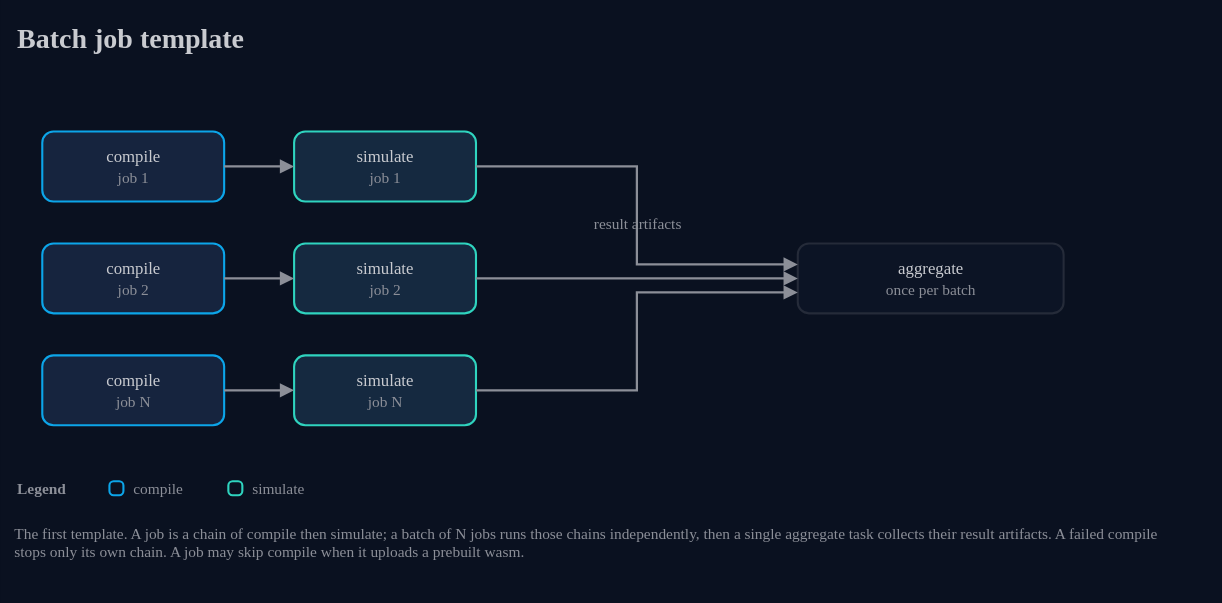
This is docs/architecture/03-batch-job-template.drawio.svg from AndoNorth/wasm-dag-forge, a draw.io export, as it was before one commit. Source tidied: cells renumbered, new cells last; positions are measured from the earlier drawing's top-left corner, leaving out a move shared by most shapes. The source it was exported from:
```xml
<mxGraphModel background="#0a1120">
  <root>
    <mxCell id="0" />
    <mxCell id="1" parent="0" />
    <mxCell id="2" value="Batch job template" style="text;html=1;strokeColor=none;fillColor=none;align=left;verticalAlign=middle;fontColor=#c9cbd0;fontSize=20;fontStyle=1;fontFamily=IBM Plex Sans;" parent="1" vertex="1">
      <mxGeometry width="840" height="32" as="geometry" />
    </mxCell>
    <mxCell id="3" value="compile&lt;br&gt;&lt;font color=&quot;#8c8f98&quot; style=&quot;font-size:11px&quot;&gt;job 1&lt;/font&gt;" style="rounded=1;arcSize=16;html=1;whiteSpace=wrap;fillColor=#16243e;strokeColor=#0ca5e9;strokeWidth=1.5;fontColor=#c9cbd0;fontSize=12;fontFamily=IBM Plex Sans;" parent="1" vertex="1">
      <mxGeometry x="20" y="84" width="130" height="50" as="geometry" />
    </mxCell>
    <mxCell id="4" value="simulate&lt;br&gt;&lt;font color=&quot;#8c8f98&quot; style=&quot;font-size:11px&quot;&gt;job 1&lt;/font&gt;" style="rounded=1;arcSize=16;html=1;whiteSpace=wrap;fillColor=#152940;strokeColor=#2fd4bf;strokeWidth=1.5;fontColor=#c9cbd0;fontSize=12;fontFamily=IBM Plex Sans;" parent="1" vertex="1">
      <mxGeometry x="200" y="84" width="130" height="50" as="geometry" />
    </mxCell>
    <mxCell id="5" value="compile&lt;br&gt;&lt;font color=&quot;#8c8f98&quot; style=&quot;font-size:11px&quot;&gt;job 2&lt;/font&gt;" style="rounded=1;arcSize=16;html=1;whiteSpace=wrap;fillColor=#16243e;strokeColor=#0ca5e9;strokeWidth=1.5;fontColor=#c9cbd0;fontSize=12;fontFamily=IBM Plex Sans;" parent="1" vertex="1">
      <mxGeometry x="20" y="164" width="130" height="50" as="geometry" />
    </mxCell>
    <mxCell id="6" value="simulate&lt;br&gt;&lt;font color=&quot;#8c8f98&quot; style=&quot;font-size:11px&quot;&gt;job 2&lt;/font&gt;" style="rounded=1;arcSize=16;html=1;whiteSpace=wrap;fillColor=#152940;strokeColor=#2fd4bf;strokeWidth=1.5;fontColor=#c9cbd0;fontSize=12;fontFamily=IBM Plex Sans;" parent="1" vertex="1">
      <mxGeometry x="200" y="164" width="130" height="50" as="geometry" />
    </mxCell>
    <mxCell id="7" value="compile&lt;br&gt;&lt;font color=&quot;#8c8f98&quot; style=&quot;font-size:11px&quot;&gt;job N&lt;/font&gt;" style="rounded=1;arcSize=16;html=1;whiteSpace=wrap;fillColor=#16243e;strokeColor=#0ca5e9;strokeWidth=1.5;fontColor=#c9cbd0;fontSize=12;fontFamily=IBM Plex Sans;" parent="1" vertex="1">
      <mxGeometry x="20" y="244" width="130" height="50" as="geometry" />
    </mxCell>
    <mxCell id="8" value="simulate&lt;br&gt;&lt;font color=&quot;#8c8f98&quot; style=&quot;font-size:11px&quot;&gt;job N&lt;/font&gt;" style="rounded=1;arcSize=16;html=1;whiteSpace=wrap;fillColor=#152940;strokeColor=#2fd4bf;strokeWidth=1.5;fontColor=#c9cbd0;fontSize=12;fontFamily=IBM Plex Sans;" parent="1" vertex="1">
      <mxGeometry x="200" y="244" width="130" height="50" as="geometry" />
    </mxCell>
    <mxCell id="9" value="aggregate&lt;br&gt;&lt;font color=&quot;#8c8f98&quot; style=&quot;font-size:11px&quot;&gt;once per batch&lt;/font&gt;" style="rounded=1;arcSize=16;html=1;whiteSpace=wrap;fillColor=#0c1425;strokeColor=#252b39;strokeWidth=1.5;fontColor=#c9cbd0;fontSize=12;fontFamily=IBM Plex Sans;" parent="1" vertex="1">
      <mxGeometry x="560" y="164" width="190" height="50" as="geometry" />
    </mxCell>
    <mxCell id="10" value="result artifacts" style="text;html=1;strokeColor=none;fillColor=none;align=center;verticalAlign=middle;whiteSpace=nowrap;fontColor=#8c8f98;fontSize=11;fontFamily=IBM Plex Sans;spacing=0;spacingLeft=0;" parent="1" vertex="1">
      <mxGeometry x="396.2" y="141" width="97.6" height="18" as="geometry" />
    </mxCell>
    <mxCell id="11" style="endArrow=block;endFill=1;startArrow=none;startFill=1;html=1;rounded=0;strokeColor=#8c8f98;strokeWidth=1.6;exitX=1;exitY=0.5;exitDx=0;exitDy=0;entryX=0;entryY=0.5;entryDx=0;entryDy=0;" parent="1" edge="1" source="3" target="4">
      <mxGeometry relative="1" as="geometry" />
    </mxCell>
    <mxCell id="12" style="endArrow=block;endFill=1;startArrow=none;startFill=1;html=1;rounded=0;strokeColor=#8c8f98;strokeWidth=1.6;exitX=1;exitY=0.5;exitDx=0;exitDy=0;entryX=0;entryY=0.5;entryDx=0;entryDy=0;" parent="1" edge="1" source="5" target="6">
      <mxGeometry relative="1" as="geometry" />
    </mxCell>
    <mxCell id="13" style="endArrow=block;endFill=1;startArrow=none;startFill=1;html=1;rounded=0;strokeColor=#8c8f98;strokeWidth=1.6;exitX=1;exitY=0.5;exitDx=0;exitDy=0;entryX=0;entryY=0.5;entryDx=0;entryDy=0;" parent="1" edge="1" source="7" target="8">
      <mxGeometry relative="1" as="geometry" />
    </mxCell>
    <mxCell id="14" style="endArrow=block;endFill=1;startArrow=none;startFill=1;html=1;rounded=0;strokeColor=#8c8f98;strokeWidth=1.6;exitX=1;exitY=0.5;exitDx=0;exitDy=0;entryX=0;entryY=0.3;entryDx=0;entryDy=0;" parent="1" edge="1" source="4" target="9">
      <mxGeometry relative="1" as="geometry">
        <Array as="points">
          <mxPoint x="445" y="109" />
          <mxPoint x="445" y="179" />
        </Array>
      </mxGeometry>
    </mxCell>
    <mxCell id="15" style="endArrow=block;endFill=1;startArrow=none;startFill=1;html=1;rounded=0;strokeColor=#8c8f98;strokeWidth=1.6;exitX=1;exitY=0.5;exitDx=0;exitDy=0;entryX=0;entryY=0.5;entryDx=0;entryDy=0;" parent="1" edge="1" source="6" target="9">
      <mxGeometry relative="1" as="geometry" />
    </mxCell>
    <mxCell id="16" style="endArrow=block;endFill=1;startArrow=none;startFill=1;html=1;rounded=0;strokeColor=#8c8f98;strokeWidth=1.6;exitX=1;exitY=0.5;exitDx=0;exitDy=0;entryX=0;entryY=0.7;entryDx=0;entryDy=0;" parent="1" edge="1" source="8" target="9">
      <mxGeometry relative="1" as="geometry">
        <Array as="points">
          <mxPoint x="445" y="269" />
          <mxPoint x="445" y="199" />
        </Array>
      </mxGeometry>
    </mxCell>
    <mxCell id="17" value="Legend" style="text;html=1;strokeColor=none;fillColor=none;align=left;verticalAlign=middle;fontColor=#8c8f98;fontSize=11;fontStyle=1;fontFamily=IBM Plex Mono;" parent="1" vertex="1">
      <mxGeometry y="330" width="60" height="18" as="geometry" />
    </mxCell>
    <mxCell id="18" style="rounded=1;arcSize=30;html=1;fillColor=none;strokeColor=#0ca5e9;strokeWidth=1.5;" parent="1" vertex="1">
      <mxGeometry x="68" y="334" width="10" height="10" as="geometry" />
    </mxCell>
    <mxCell id="19" value="compile" style="text;html=1;strokeColor=none;fillColor=none;align=left;verticalAlign=middle;whiteSpace=nowrap;fontColor=#8c8f98;fontSize=11;fontFamily=IBM Plex Sans;" parent="1" vertex="1">
      <mxGeometry x="83" y="330" width="56" height="18" as="geometry" />
    </mxCell>
    <mxCell id="20" style="rounded=1;arcSize=30;html=1;fillColor=none;strokeColor=#2fd4bf;strokeWidth=1.5;" parent="1" vertex="1">
      <mxGeometry x="153" y="334" width="10" height="10" as="geometry" />
    </mxCell>
    <mxCell id="21" value="simulate" style="text;html=1;strokeColor=none;fillColor=none;align=left;verticalAlign=middle;whiteSpace=nowrap;fontColor=#8c8f98;fontSize=11;fontFamily=IBM Plex Sans;" parent="1" vertex="1">
      <mxGeometry x="168" y="330" width="62" height="18" as="geometry" />
    </mxCell>
    <mxCell id="22" value="The first template. A job is a chain of compile then simulate; a batch of N jobs runs those chains independently, then a single aggregate task collects their result artifacts. A failed compile stops only its own chain. A job may skip compile when it uploads a prebuilt wasm." style="text;html=1;strokeColor=none;fillColor=none;align=left;verticalAlign=top;whiteSpace=wrap;fontColor=#8c8f98;fontSize=11;fontFamily=IBM Plex Sans;spacing=0;" parent="1" vertex="1">
      <mxGeometry y="360" width="840" height="40" as="geometry" />
    </mxCell>
  </root>
</mxGraphModel>
```
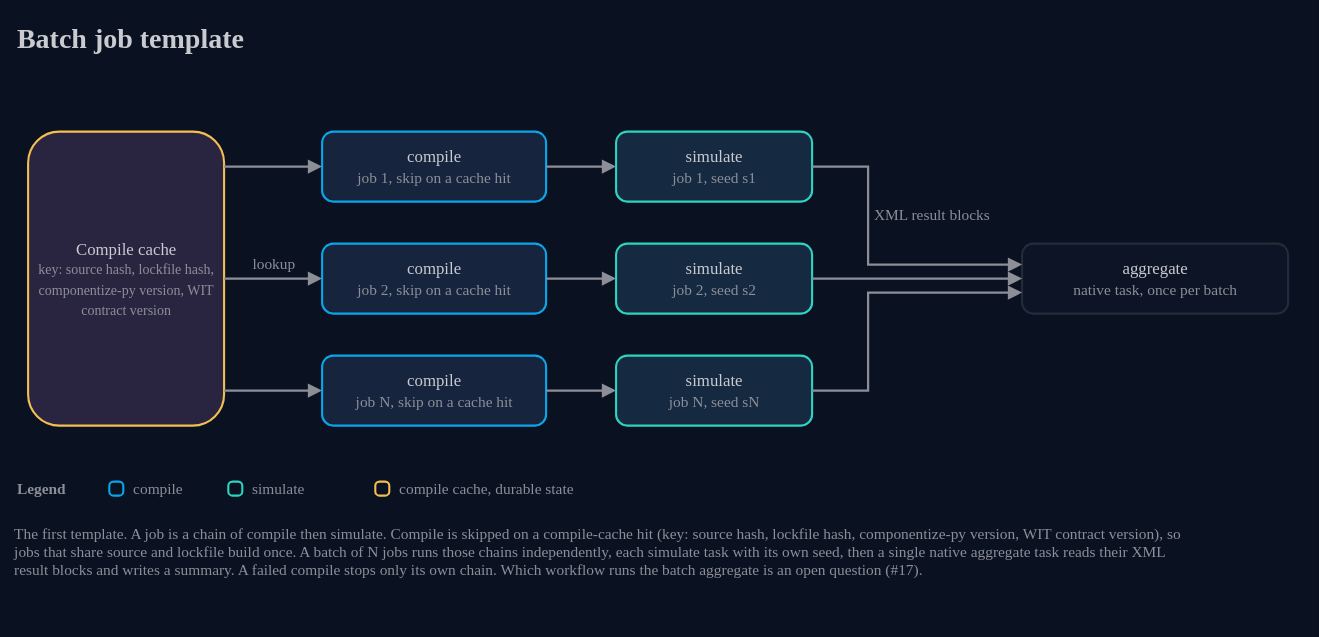
The same file after the commit.

What changed in the source:
```diff
@@ -5,33 +5,48 @@
     <mxCell id="2" value="Batch job template" style="text;html=1;strokeColor=none;fillColor=none;align=left;verticalAlign=middle;fontColor=#c9cbd0;fontSize=20;fontStyle=1;fontFamily=IBM Plex Sans;" parent="1" vertex="1">
       <mxGeometry width="840" height="32" as="geometry" />
     </mxCell>
-    <mxCell id="3" value="compile&lt;br&gt;&lt;font color=&quot;#8c8f98&quot; style=&quot;font-size:11px&quot;&gt;job 1&lt;/font&gt;" style="rounded=1;arcSize=16;html=1;whiteSpace=wrap;fillColor=#16243e;strokeColor=#0ca5e9;strokeWidth=1.5;fontColor=#c9cbd0;fontSize=12;fontFamily=IBM Plex Sans;" parent="1" vertex="1">
-      <mxGeometry x="20" y="84" width="130" height="50" as="geometry" />
+    <mxCell id="3" value="compile&lt;br&gt;&lt;font color=&quot;#8c8f98&quot; style=&quot;font-size:11px&quot;&gt;job 1, skip on a cache hit&lt;/font&gt;" style="rounded=1;arcSize=16;html=1;whiteSpace=wrap;fillColor=#16243e;strokeColor=#0ca5e9;strokeWidth=1.5;fontColor=#c9cbd0;fontSize=12;fontFamily=IBM Plex Sans;" parent="1" vertex="1">
+      <mxGeometry x="220" y="84" width="160" height="50" as="geometry" />
     </mxCell>
-    <mxCell id="4" value="simulate&lt;br&gt;&lt;font color=&quot;#8c8f98&quot; style=&quot;font-size:11px&quot;&gt;job 1&lt;/font&gt;" style="rounded=1;arcSize=16;html=1;whiteSpace=wrap;fillColor=#152940;strokeColor=#2fd4bf;strokeWidth=1.5;fontColor=#c9cbd0;fontSize=12;fontFamily=IBM Plex Sans;" parent="1" vertex="1">
-      <mxGeometry x="200" y="84" width="130" height="50" as="geometry" />
+    <mxCell id="4" value="simulate&lt;br&gt;&lt;font color=&quot;#8c8f98&quot; style=&quot;font-size:11px&quot;&gt;job 1, seed s1&lt;/font&gt;" style="rounded=1;arcSize=16;html=1;whiteSpace=wrap;fillColor=#152940;strokeColor=#2fd4bf;strokeWidth=1.5;fontColor=#c9cbd0;fontSize=12;fontFamily=IBM Plex Sans;" parent="1" vertex="1">
+      <mxGeometry x="430" y="84" width="140" height="50" as="geometry" />
     </mxCell>
-    <mxCell id="5" value="compile&lt;br&gt;&lt;font color=&quot;#8c8f98&quot; style=&quot;font-size:11px&quot;&gt;job 2&lt;/font&gt;" style="rounded=1;arcSize=16;html=1;whiteSpace=wrap;fillColor=#16243e;strokeColor=#0ca5e9;strokeWidth=1.5;fontColor=#c9cbd0;fontSize=12;fontFamily=IBM Plex Sans;" parent="1" vertex="1">
-      <mxGeometry x="20" y="164" width="130" height="50" as="geometry" />
+    <mxCell id="5" value="compile&lt;br&gt;&lt;font color=&quot;#8c8f98&quot; style=&quot;font-size:11px&quot;&gt;job 2, skip on a cache hit&lt;/font&gt;" style="rounded=1;arcSize=16;html=1;whiteSpace=wrap;fillColor=#16243e;strokeColor=#0ca5e9;strokeWidth=1.5;fontColor=#c9cbd0;fontSize=12;fontFamily=IBM Plex Sans;" parent="1" vertex="1">
+      <mxGeometry x="220" y="164" width="160" height="50" as="geometry" />
     </mxCell>
-    <mxCell id="6" value="simulate&lt;br&gt;&lt;font color=&quot;#8c8f98&quot; style=&quot;font-size:11px&quot;&gt;job 2&lt;/font&gt;" style="rounded=1;arcSize=16;html=1;whiteSpace=wrap;fillColor=#152940;strokeColor=#2fd4bf;strokeWidth=1.5;fontColor=#c9cbd0;fontSize=12;fontFamily=IBM Plex Sans;" parent="1" vertex="1">
-      <mxGeometry x="200" y="164" width="130" height="50" as="geometry" />
+    <mxCell id="6" value="simulate&lt;br&gt;&lt;font color=&quot;#8c8f98&quot; style=&quot;font-size:11px&quot;&gt;job 2, seed s2&lt;/font&gt;" style="rounded=1;arcSize=16;html=1;whiteSpace=wrap;fillColor=#152940;strokeColor=#2fd4bf;strokeWidth=1.5;fontColor=#c9cbd0;fontSize=12;fontFamily=IBM Plex Sans;" parent="1" vertex="1">
+      <mxGeometry x="430" y="164" width="140" height="50" as="geometry" />
     </mxCell>
-    <mxCell id="7" value="compile&lt;br&gt;&lt;font color=&quot;#8c8f98&quot; style=&quot;font-size:11px&quot;&gt;job N&lt;/font&gt;" style="rounded=1;arcSize=16;html=1;whiteSpace=wrap;fillColor=#16243e;strokeColor=#0ca5e9;strokeWidth=1.5;fontColor=#c9cbd0;fontSize=12;fontFamily=IBM Plex Sans;" parent="1" vertex="1">
-      <mxGeometry x="20" y="244" width="130" height="50" as="geometry" />
+    <mxCell id="7" value="compile&lt;br&gt;&lt;font color=&quot;#8c8f98&quot; style=&quot;font-size:11px&quot;&gt;job N, skip on a cache hit&lt;/font&gt;" style="rounded=1;arcSize=16;html=1;whiteSpace=wrap;fillColor=#16243e;strokeColor=#0ca5e9;strokeWidth=1.5;fontColor=#c9cbd0;fontSize=12;fontFamily=IBM Plex Sans;" parent="1" vertex="1">
+      <mxGeometry x="220" y="244" width="160" height="50" as="geometry" />
     </mxCell>
-    <mxCell id="8" value="simulate&lt;br&gt;&lt;font color=&quot;#8c8f98&quot; style=&quot;font-size:11px&quot;&gt;job N&lt;/font&gt;" style="rounded=1;arcSize=16;html=1;whiteSpace=wrap;fillColor=#152940;strokeColor=#2fd4bf;strokeWidth=1.5;fontColor=#c9cbd0;fontSize=12;fontFamily=IBM Plex Sans;" parent="1" vertex="1">
-      <mxGeometry x="200" y="244" width="130" height="50" as="geometry" />
+    <mxCell id="8" value="simulate&lt;br&gt;&lt;font color=&quot;#8c8f98&quot; style=&quot;font-size:11px&quot;&gt;job N, seed sN&lt;/font&gt;" style="rounded=1;arcSize=16;html=1;whiteSpace=wrap;fillColor=#152940;strokeColor=#2fd4bf;strokeWidth=1.5;fontColor=#c9cbd0;fontSize=12;fontFamily=IBM Plex Sans;" parent="1" vertex="1">
+      <mxGeometry x="430" y="244" width="140" height="50" as="geometry" />
     </mxCell>
-    <mxCell id="9" value="aggregate&lt;br&gt;&lt;font color=&quot;#8c8f98&quot; style=&quot;font-size:11px&quot;&gt;once per batch&lt;/font&gt;" style="rounded=1;arcSize=16;html=1;whiteSpace=wrap;fillColor=#0c1425;strokeColor=#252b39;strokeWidth=1.5;fontColor=#c9cbd0;fontSize=12;fontFamily=IBM Plex Sans;" parent="1" vertex="1">
-      <mxGeometry x="560" y="164" width="190" height="50" as="geometry" />
+    <mxCell id="9" value="aggregate&lt;br&gt;&lt;font color=&quot;#8c8f98&quot; style=&quot;font-size:11px&quot;&gt;native task, once per batch&lt;/font&gt;" style="rounded=1;arcSize=16;html=1;whiteSpace=wrap;fillColor=#0c1425;strokeColor=#252b39;strokeWidth=1.5;fontColor=#c9cbd0;fontSize=12;fontFamily=IBM Plex Sans;" parent="1" vertex="1">
+      <mxGeometry x="720" y="164" width="190" height="50" as="geometry" />
     </mxCell>
+    <mxCell id="23" value="Compile cache&lt;br&gt;&lt;font color=&quot;#8c8f98&quot; style=&quot;font-size:10px&quot;&gt;key: source hash, lockfile hash, componentize-py version, WIT contract version&lt;/font&gt;" style="rounded=1;arcSize=16;html=1;whiteSpace=wrap;fillColor=#292541;strokeColor=#f4bf51;strokeWidth=1.5;fontColor=#c9cbd0;fontSize=12;fontFamily=IBM Plex Sans;" parent="1" vertex="1">
+      <mxGeometry x="10" y="84" width="140" height="210" as="geometry" />
+    </mxCell>
-    <mxCell id="10" value="result artifacts" style="text;html=1;strokeColor=none;fillColor=none;align=center;verticalAlign=middle;whiteSpace=nowrap;fontColor=#8c8f98;fontSize=11;fontFamily=IBM Plex Sans;spacing=0;spacingLeft=0;" parent="1" vertex="1">
-      <mxGeometry x="396.2" y="141" width="97.6" height="18" as="geometry" />
+    <mxCell id="10" value="XML result blocks" style="text;html=1;strokeColor=none;fillColor=none;align=center;verticalAlign=middle;whiteSpace=nowrap;fontColor=#8c8f98;fontSize=11;fontFamily=IBM Plex Sans;spacing=0;spacingLeft=0;" parent="1" vertex="1">
+      <mxGeometry x="605" y="134" width="100" height="18" as="geometry" />
     </mxCell>
+    <mxCell id="24" value="lookup" style="text;html=1;strokeColor=none;fillColor=none;align=center;verticalAlign=middle;whiteSpace=nowrap;fontColor=#8c8f98;fontSize=11;fontFamily=IBM Plex Sans;spacing=0;spacingLeft=0;" parent="1" vertex="1">
+      <mxGeometry x="160" y="169" width="50" height="18" as="geometry" />
+    </mxCell>
     <mxCell id="11" style="endArrow=block;endFill=1;startArrow=none;startFill=1;html=1;rounded=0;strokeColor=#8c8f98;strokeWidth=1.6;exitX=1;exitY=0.5;exitDx=0;exitDy=0;entryX=0;entryY=0.5;entryDx=0;entryDy=0;" parent="1" edge="1" source="3" target="4">
       <mxGeometry relative="1" as="geometry" />
     </mxCell>
+    <mxCell id="25" style="endArrow=block;endFill=1;startArrow=none;startFill=1;html=1;rounded=0;strokeColor=#8c8f98;strokeWidth=1.6;exitX=1;exitY=0.881;exitDx=0;exitDy=0;entryX=0;entryY=0.5;entryDx=0;entryDy=0;" parent="1" edge="1" source="23" target="7">
+      <mxGeometry relative="1" as="geometry" />
+    </mxCell>
+    <mxCell id="26" style="endArrow=block;endFill=1;startArrow=none;startFill=1;html=1;rounded=0;strokeColor=#8c8f98;strokeWidth=1.6;exitX=1;exitY=0.5;exitDx=0;exitDy=0;entryX=0;entryY=0.5;entryDx=0;entryDy=0;" parent="1" edge="1" source="23" target="5">
+      <mxGeometry relative="1" as="geometry" />
+    </mxCell>
+    <mxCell id="27" style="endArrow=block;endFill=1;startArrow=none;startFill=1;html=1;rounded=0;strokeColor=#8c8f98;strokeWidth=1.6;exitX=1;exitY=0.119;exitDx=0;exitDy=0;entryX=0;entryY=0.5;entryDx=0;entryDy=0;" parent="1" edge="1" source="23" target="3">
+      <mxGeometry relative="1" as="geometry" />
+    </mxCell>
     <mxCell id="12" style="endArrow=block;endFill=1;startArrow=none;startFill=1;html=1;rounded=0;strokeColor=#8c8f98;strokeWidth=1.6;exitX=1;exitY=0.5;exitDx=0;exitDy=0;entryX=0;entryY=0.5;entryDx=0;entryDy=0;" parent="1" edge="1" source="5" target="6">
       <mxGeometry relative="1" as="geometry" />
     </mxCell>
@@ -41,8 +56,8 @@
     <mxCell id="14" style="endArrow=block;endFill=1;startArrow=none;startFill=1;html=1;rounded=0;strokeColor=#8c8f98;strokeWidth=1.6;exitX=1;exitY=0.5;exitDx=0;exitDy=0;entryX=0;entryY=0.3;entryDx=0;entryDy=0;" parent="1" edge="1" source="4" target="9">
       <mxGeometry relative="1" as="geometry">
         <Array as="points">
-          <mxPoint x="445" y="109" />
-          <mxPoint x="445" y="179" />
+          <mxPoint x="610" y="109" />
+          <mxPoint x="610" y="179" />
         </Array>
       </mxGeometry>
     </mxCell>
@@ -52,8 +67,8 @@
     <mxCell id="16" style="endArrow=block;endFill=1;startArrow=none;startFill=1;html=1;rounded=0;strokeColor=#8c8f98;strokeWidth=1.6;exitX=1;exitY=0.5;exitDx=0;exitDy=0;entryX=0;entryY=0.7;entryDx=0;entryDy=0;" parent="1" edge="1" source="8" target="9">
       <mxGeometry relative="1" as="geometry">
         <Array as="points">
-          <mxPoint x="445" y="269" />
-          <mxPoint x="445" y="199" />
+          <mxPoint x="610" y="269" />
+          <mxPoint x="610" y="199" />
         </Array>
       </mxGeometry>
     </mxCell>
@@ -72,8 +87,14 @@
     <mxCell id="21" value="simulate" style="text;html=1;strokeColor=none;fillColor=none;align=left;verticalAlign=middle;whiteSpace=nowrap;fontColor=#8c8f98;fontSize=11;fontFamily=IBM Plex Sans;" parent="1" vertex="1">
       <mxGeometry x="168" y="330" width="62" height="18" as="geometry" />
     </mxCell>
+    <mxCell id="28" style="rounded=1;arcSize=30;html=1;fillColor=none;strokeColor=#f4bf51;strokeWidth=1.5;" parent="1" vertex="1">
+      <mxGeometry x="258" y="334" width="10" height="10" as="geometry" />
+    </mxCell>
+    <mxCell id="29" value="compile cache, durable state" style="text;html=1;strokeColor=none;fillColor=none;align=left;verticalAlign=middle;whiteSpace=nowrap;fontColor=#8c8f98;fontSize=11;fontFamily=IBM Plex Sans;" parent="1" vertex="1">
+      <mxGeometry x="273" y="330" width="170" height="18" as="geometry" />
+    </mxCell>
-    <mxCell id="22" value="The first template. A job is a chain of compile then simulate; a batch of N jobs runs those chains independently, then a single aggregate task collects their result artifacts. A failed compile stops only its own chain. A job may skip compile when it uploads a prebuilt wasm." style="text;html=1;strokeColor=none;fillColor=none;align=left;verticalAlign=top;whiteSpace=wrap;fontColor=#8c8f98;fontSize=11;fontFamily=IBM Plex Sans;spacing=0;" parent="1" vertex="1">
-      <mxGeometry y="360" width="840" height="40" as="geometry" />
+    <mxCell id="22" value="The first template. A job is a chain of compile then simulate. Compile is skipped on a compile-cache hit (key: source hash, lockfile hash, componentize-py version, WIT contract version), so jobs that share source and lockfile build once. A batch of N jobs runs those chains independently, each simulate task with its own seed, then a single native aggregate task reads their XML result blocks and writes a summary. A failed compile stops only its own chain. Which workflow runs the batch aggregate is an open question (#17)." style="text;html=1;strokeColor=none;fillColor=none;align=left;verticalAlign=top;whiteSpace=wrap;fontColor=#8c8f98;fontSize=11;fontFamily=IBM Plex Sans;spacing=0;" parent="1" vertex="1">
+      <mxGeometry y="360" width="840" height="64" as="geometry" />
     </mxCell>
   </root>
 </mxGraphModel>
```
